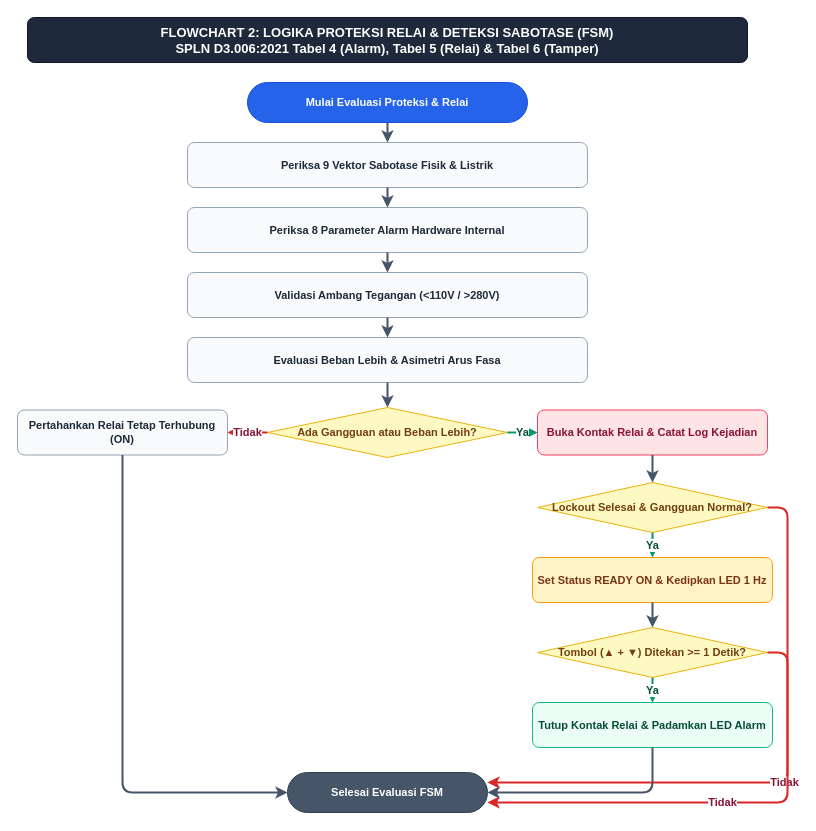
Above: page "2. Sabotase & Relai FSM" (2 of 4) of docs/e3_modular_flowcharts.drawio in Kevla27/ALLIN (draw.io), before the change. Source tidied: cells renumbered, new cells numbered last; positions are measured from the earlier drawing's top-left corner, leaving out a move shared by most shapes. Both pictures are drawn from the tidied source at 100%, with x=0, y=0 at pixel (17, 17).
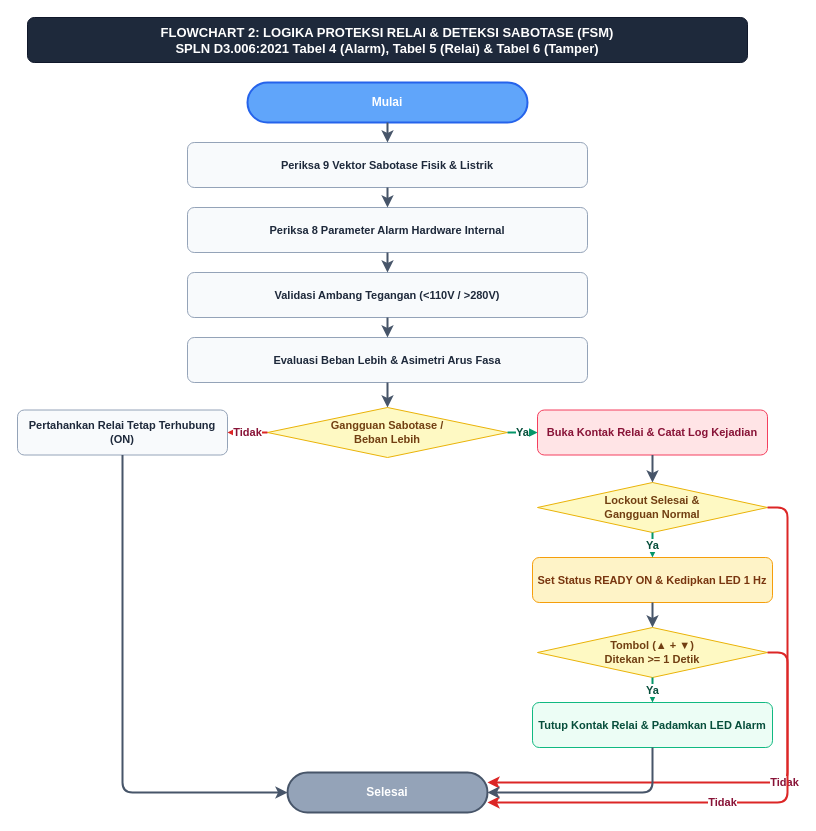
Above is the later version.

Commit message (it also covers changes not shown here):
docs(flowchart): update e3_modular_flowcharts Tab 1..4 dengan Mulai, Selesai, Jajar Genjang I/O, dan tanpa tanda tanya di decision

Diff of the diagram source:
```diff
@@
-    <mxCell id="3" value="&lt;b&gt;Mulai Evaluasi Proteksi &amp;amp; Relai&lt;/b&gt;" style="rounded=1;arcSize=50;whiteSpace=wrap;html=1;fillColor=#2563eb;strokeColor=#1d4ed8;fontColor=#ffffff;fontStyle=1;fontSize=11;align=center;" parent="1" vertex="1">
+    <mxCell id="3" value="&lt;b&gt;Mulai&lt;/b&gt;" style="rounded=1;arcSize=50;whiteSpace=wrap;html=1;fillColor=#60a5fa;strokeColor=#2563eb;strokeWidth=2;fontColor=#ffffff;fontSize=12;fontFamily=Helvetica;align=center;" parent="1" vertex="1">
       <mxGeometry x="230" y="65" width="280" height="40" as="geometry" />
     </mxCell>
@@
-    <mxCell id="8" value="&lt;b&gt;Ada Gangguan atau Beban Lebih?&lt;/b&gt;" style="rhombus;whiteSpace=wrap;html=1;fillColor=#fef9c3;strokeColor=#eab308;fontColor=#713f12;fontStyle=1;fontSize=11;align=center;" parent="1" vertex="1">
+    <mxCell id="8" value="&lt;b&gt;Gangguan Sabotase /&lt;br/&gt;Beban Lebih&lt;/b&gt;" style="rhombus;whiteSpace=wrap;html=1;fillColor=#fef9c3;strokeColor=#eab308;fontColor=#713f12;fontStyle=1;fontSize=11;align=center;" parent="1" vertex="1">
       <mxGeometry x="250" y="390" width="240" height="50" as="geometry" />
     </mxCell>
@@
-    <mxCell id="10" value="&lt;b&gt;Lockout Selesai &amp;amp; Gangguan Normal?&lt;/b&gt;" style="rhombus;whiteSpace=wrap;html=1;fillColor=#fef9c3;strokeColor=#eab308;fontColor=#713f12;fontStyle=1;fontSize=11;align=center;" parent="1" vertex="1">
+    <mxCell id="10" value="&lt;b&gt;Lockout Selesai &amp;amp;&lt;br/&gt;Gangguan Normal&lt;/b&gt;" style="rhombus;whiteSpace=wrap;html=1;fillColor=#fef9c3;strokeColor=#eab308;fontColor=#713f12;fontStyle=1;fontSize=11;align=center;" parent="1" vertex="1">
       <mxGeometry x="520" y="465" width="230" height="50" as="geometry" />
     </mxCell>
@@
-    <mxCell id="12" value="&lt;b&gt;Tombol (▲ + ▼) Ditekan &amp;gt;= 1 Detik?&lt;/b&gt;" style="rhombus;whiteSpace=wrap;html=1;fillColor=#fef9c3;strokeColor=#eab308;fontColor=#713f12;fontStyle=1;fontSize=11;align=center;" parent="1" vertex="1">
+    <mxCell id="12" value="&lt;b&gt;Tombol (▲ + ▼)&lt;br/&gt;Ditekan &amp;gt;= 1 Detik&lt;/b&gt;" style="rhombus;whiteSpace=wrap;html=1;fillColor=#fef9c3;strokeColor=#eab308;fontColor=#713f12;fontStyle=1;fontSize=11;align=center;" parent="1" vertex="1">
       <mxGeometry x="520" y="610" width="230" height="50" as="geometry" />
     </mxCell>
@@
-    <mxCell id="15" value="&lt;b&gt;Selesai Evaluasi FSM&lt;/b&gt;" style="rounded=1;arcSize=50;whiteSpace=wrap;html=1;fillColor=#475569;strokeColor=#334155;fontColor=#ffffff;fontStyle=1;fontSize=11;align=center;" parent="1" vertex="1">
+    <mxCell id="15" value="&lt;b&gt;Selesai&lt;/b&gt;" style="rounded=1;arcSize=50;whiteSpace=wrap;html=1;fillColor=#94a3b8;strokeColor=#475569;strokeWidth=2;fontColor=#ffffff;fontSize=12;fontFamily=Helvetica;align=center;" parent="1" vertex="1">
       <mxGeometry x="270" y="755" width="200" height="40" as="geometry" />
     </mxCell>
```
